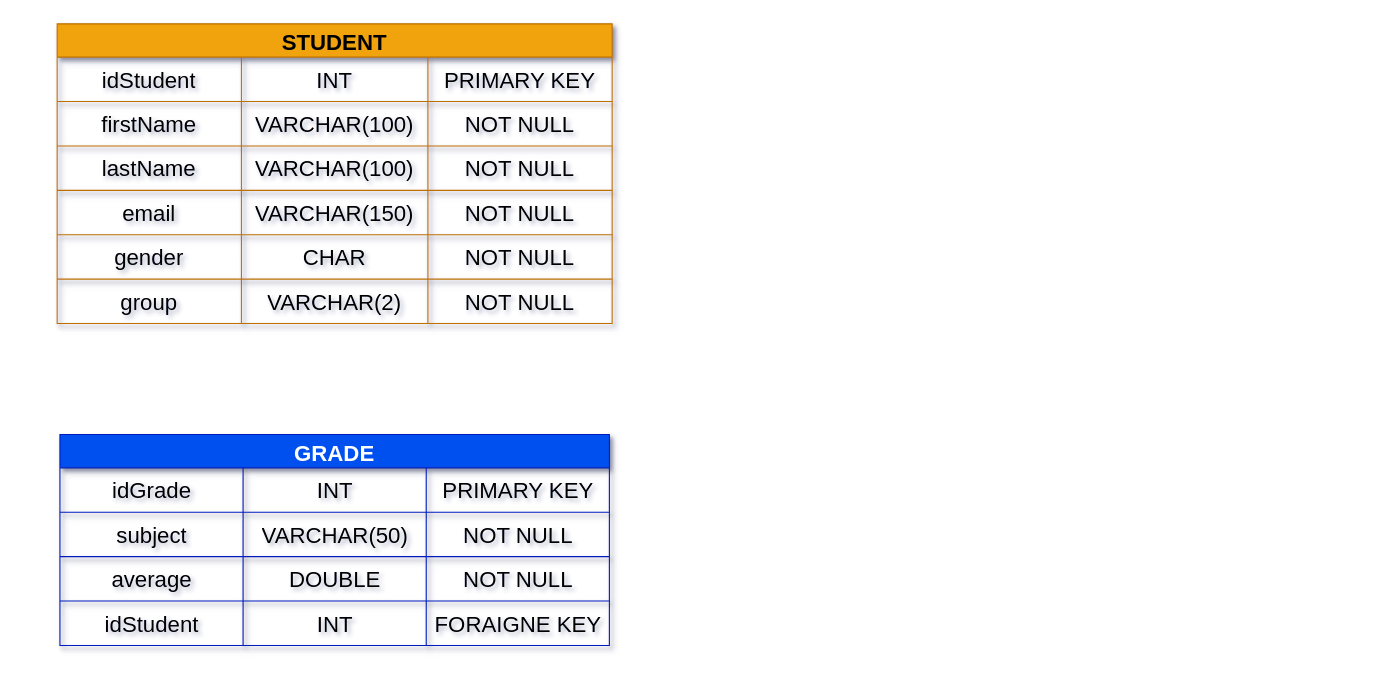
This is Base.drawio from Daris02/SpringProject, a draw.io file, before an edit. Source tidied: cells renumbered, new cells numbered last; positions are measured from the earlier drawing's top-left corner, leaving out a move shared by most shapes. Both pictures are drawn from the tidied source at 111%, with x=0, y=0 at pixel (57, 23).
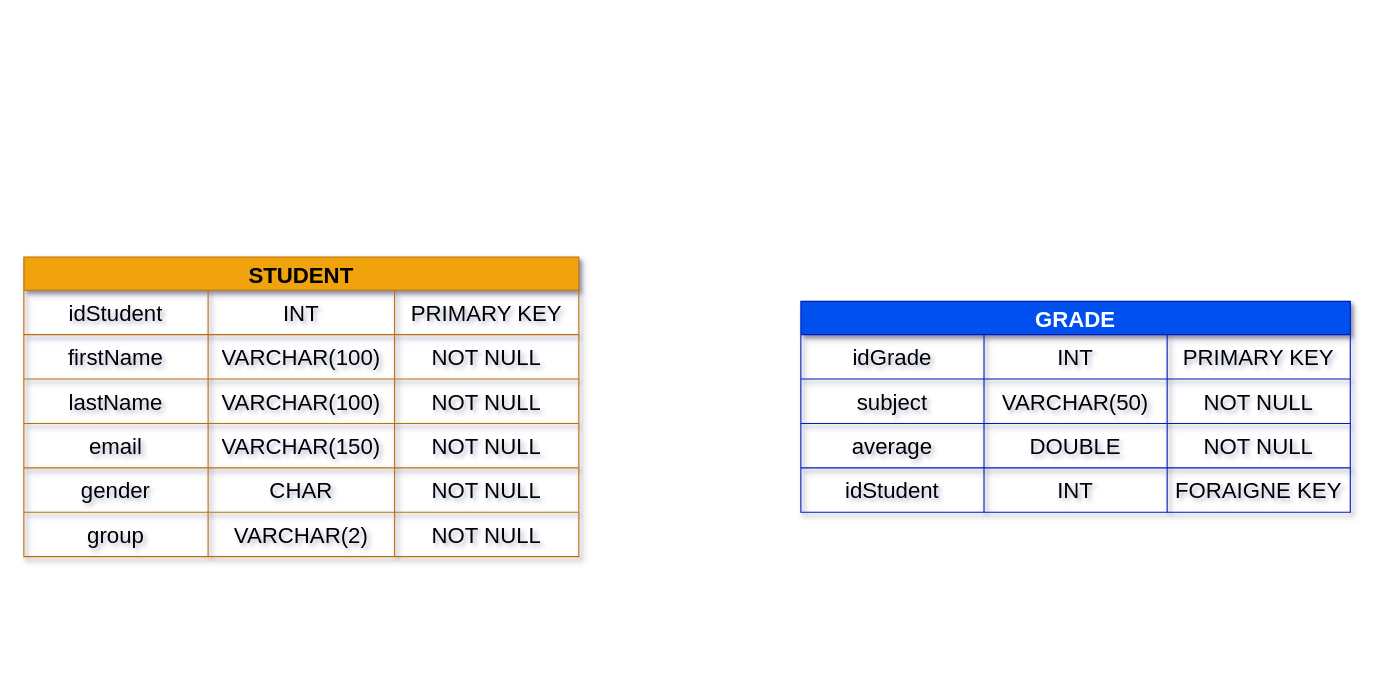
After the change.

Diff of the diagram source:
```diff
@@
-<mxGraphModel background="#ffffff" shadow="1">
+<mxGraphModel shadow="1">
@@
     <mxCell id="2" value="STUDENT" style="shape=table;startSize=30;childLayout=tableLayout;fontStyle=1;align=center;shadow=1;fontSize=20;fillColor=#f0a30a;fontColor=#000000;strokeColor=#BD7000;gradientColor=none;swimlaneFillColor=none;rounded=0;" parent="1" vertex="1">
-      <mxGeometry width="500" height="270" as="geometry" />
+      <mxGeometry x="-30" y="210" width="500" height="270" as="geometry" />
     </mxCell>
@@
     <mxCell id="27" value="GRADE" style="shape=table;startSize=30;childLayout=tableLayout;fontStyle=1;align=center;shadow=1;fontSize=20;fillColor=#0050ef;fontColor=#ffffff;strokeColor=#001DBC;rounded=0;" parent="1" vertex="1">
-      <mxGeometry x="2.5" y="370" width="495" height="190" as="geometry" />
+      <mxGeometry x="670" y="250" width="495" height="190" as="geometry" />
     </mxCell>
```
